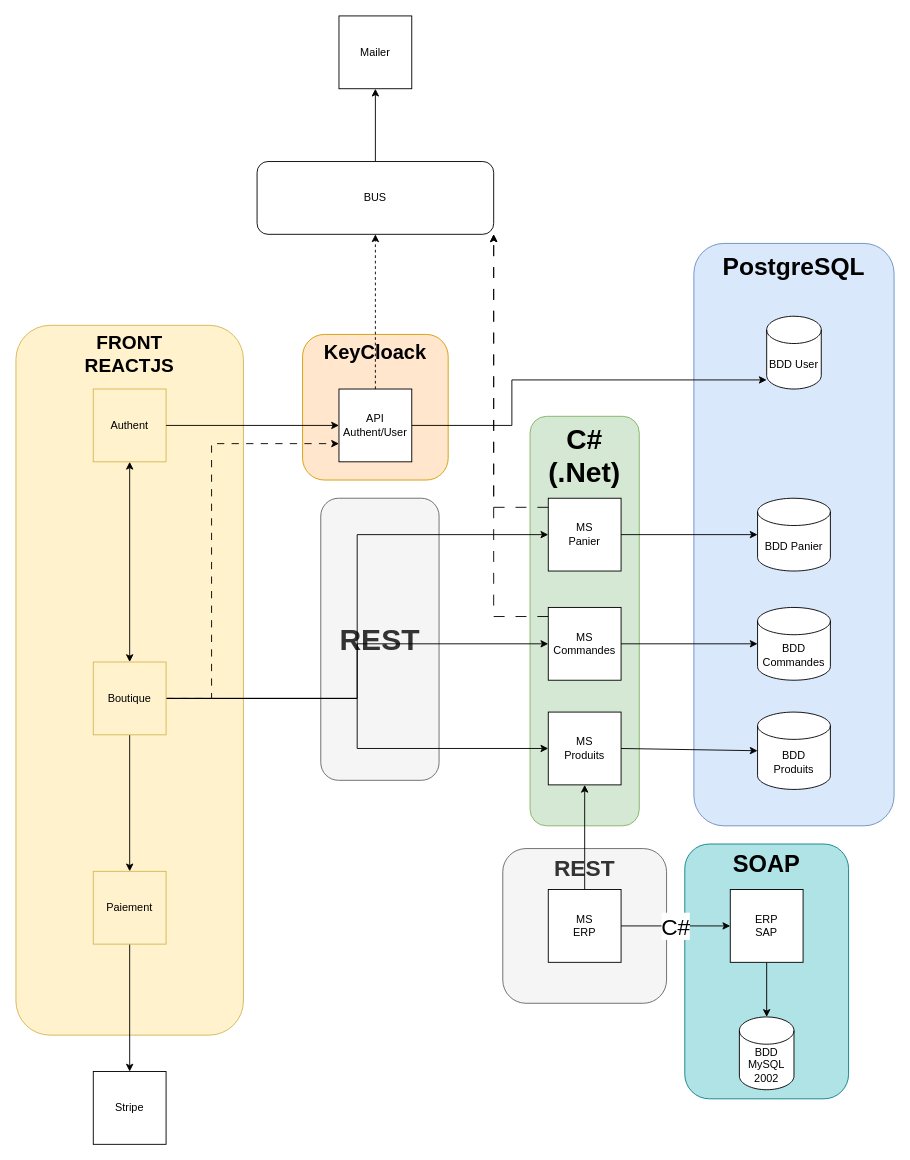
Above: BDiscount.drawio in taobourmaud/BDiscount (draw.io), before the change. Source tidied: cells renumbered, new cells numbered last; positions are measured from the earlier drawing's top-left corner, leaving out a move shared by most shapes. Both pictures are drawn from the tidied source at 91%, with x=0, y=0 at pixel (15, 15).
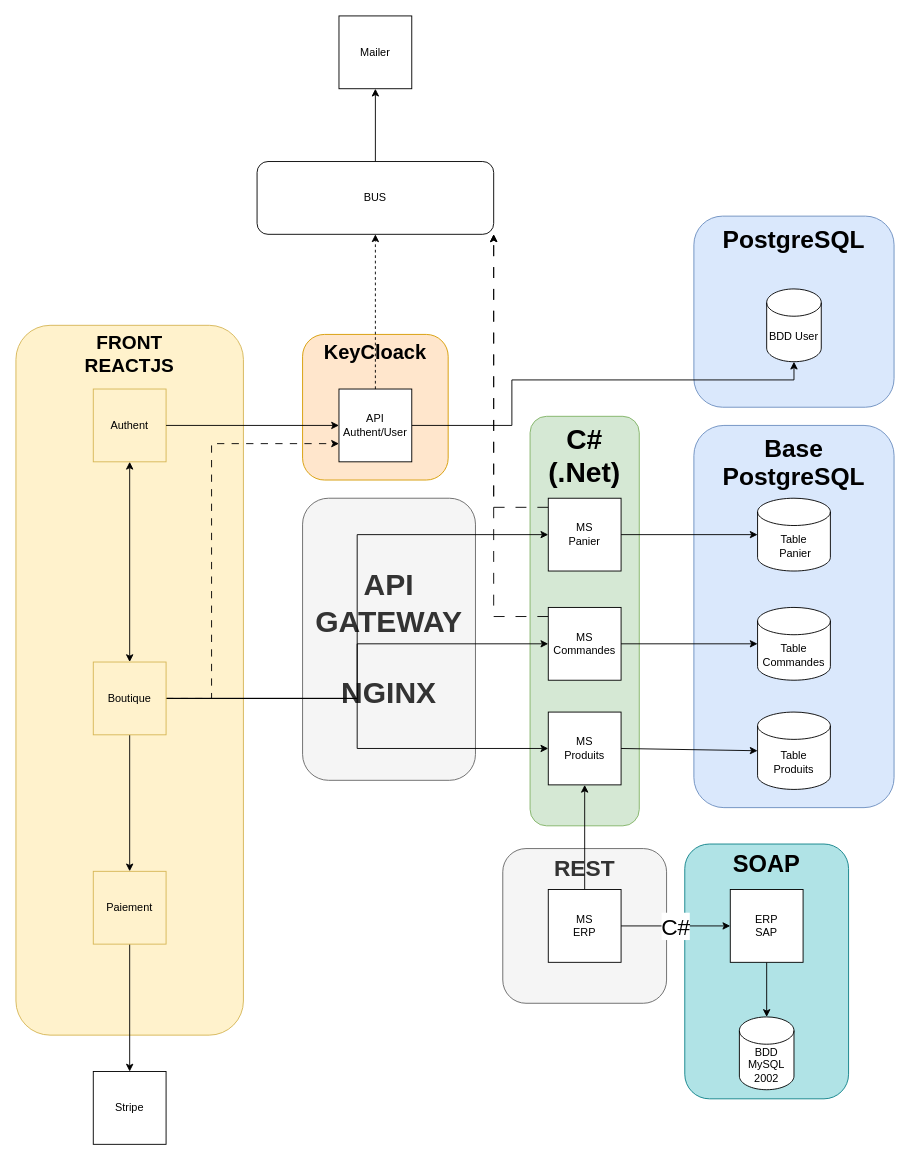
The same page after the edit.

Commit message:
Mettre à jour BDiscount.drawio

The edit, as a diff of the source:
```diff
@@
+    <mxCell id="45" value="&lt;p style=&quot;line-height: 120%;&quot;&gt;&lt;b&gt;&lt;font style=&quot;font-size: 27px;&quot;&gt;Base&lt;/font&gt;&lt;/b&gt;&lt;/p&gt;&lt;p style=&quot;line-height: 120%;&quot;&gt;&lt;b&gt;&lt;font style=&quot;font-size: 27px;&quot;&gt;PostgreSQL&lt;/font&gt;&lt;/b&gt;&lt;/p&gt;" style="rounded=1;whiteSpace=wrap;html=1;rotation=0;verticalAlign=top;textDirection=ltr;labelPosition=center;verticalLabelPosition=middle;align=center;fillColor=#dae8fc;strokeColor=#6c8ebf;" parent="1" vertex="1">
+      <mxGeometry x="745" y="450" width="220" height="420" as="geometry" />
+    </mxCell>
@@
-    <mxCell id="5" value="&lt;b&gt;&lt;font style=&quot;font-size: 33px;&quot;&gt;REST&lt;/font&gt;&lt;/b&gt;" style="rounded=1;whiteSpace=wrap;html=1;fillColor=#f5f5f5;fontColor=#333333;strokeColor=#666666;" parent="1" vertex="1">
-      <mxGeometry x="335" y="530" width="130" height="310" as="geometry" />
+    <mxCell id="5" value="&lt;b&gt;&lt;font style=&quot;font-size: 33px;&quot;&gt;API GATEWAY&lt;br&gt;&lt;br&gt;NGINX&lt;br&gt;&lt;/font&gt;&lt;/b&gt;" style="rounded=1;whiteSpace=wrap;html=1;fillColor=#f5f5f5;fontColor=#333333;strokeColor=#666666;" parent="1" vertex="1">
+      <mxGeometry x="315" y="530" width="190" height="310" as="geometry" />
     </mxCell>
@@
     <mxCell id="7" value="&lt;p style=&quot;line-height: 120%;&quot;&gt;&lt;b&gt;&lt;font style=&quot;font-size: 27px;&quot;&gt;PostgreSQL&lt;/font&gt;&lt;/b&gt;&lt;/p&gt;" style="rounded=1;whiteSpace=wrap;html=1;rotation=0;verticalAlign=top;textDirection=ltr;labelPosition=center;verticalLabelPosition=middle;align=center;fillColor=#dae8fc;strokeColor=#6c8ebf;" parent="1" vertex="1">
-      <mxGeometry x="745" y="250" width="220" height="640" as="geometry" />
+      <mxGeometry x="745" y="220" width="220" height="210" as="geometry" />
     </mxCell>
@@
     <mxCell id="21" value="BDD User&lt;br&gt;" style="shape=cylinder3;whiteSpace=wrap;html=1;boundedLbl=1;backgroundOutline=1;size=15;" parent="1" vertex="1">
-      <mxGeometry x="825" y="330" width="60" height="80" as="geometry" />
+      <mxGeometry x="825" y="300" width="60" height="80" as="geometry" />
     </mxCell>
@@
-    <mxCell id="25" value="BDD Commandes" style="shape=cylinder3;whiteSpace=wrap;html=1;boundedLbl=1;backgroundOutline=1;size=15;" parent="1" vertex="1">
+    <mxCell id="25" value="Table&lt;br&gt;Commandes" style="shape=cylinder3;whiteSpace=wrap;html=1;boundedLbl=1;backgroundOutline=1;size=15;" parent="1" vertex="1">
       <mxGeometry x="815" y="650" width="80" height="80" as="geometry" />
     </mxCell>
-    <mxCell id="26" value="BDD&lt;br&gt;Produits" style="shape=cylinder3;whiteSpace=wrap;html=1;boundedLbl=1;backgroundOutline=1;size=15;" parent="1" vertex="1">
+    <mxCell id="26" value="Table&lt;br&gt;Produits" style="shape=cylinder3;whiteSpace=wrap;html=1;boundedLbl=1;backgroundOutline=1;size=15;" parent="1" vertex="1">
       <mxGeometry x="815" y="765" width="80" height="85" as="geometry" />
     </mxCell>
@@
-    <mxCell id="31" value="BDD Panier" style="shape=cylinder3;whiteSpace=wrap;html=1;boundedLbl=1;backgroundOutline=1;size=15;" parent="1" vertex="1">
+    <mxCell id="31" value="Table&lt;br&gt;&amp;nbsp;Panier" style="shape=cylinder3;whiteSpace=wrap;html=1;boundedLbl=1;backgroundOutline=1;size=15;" parent="1" vertex="1">
       <mxGeometry x="815" y="530" width="80" height="80" as="geometry" />
     </mxCell>
```
